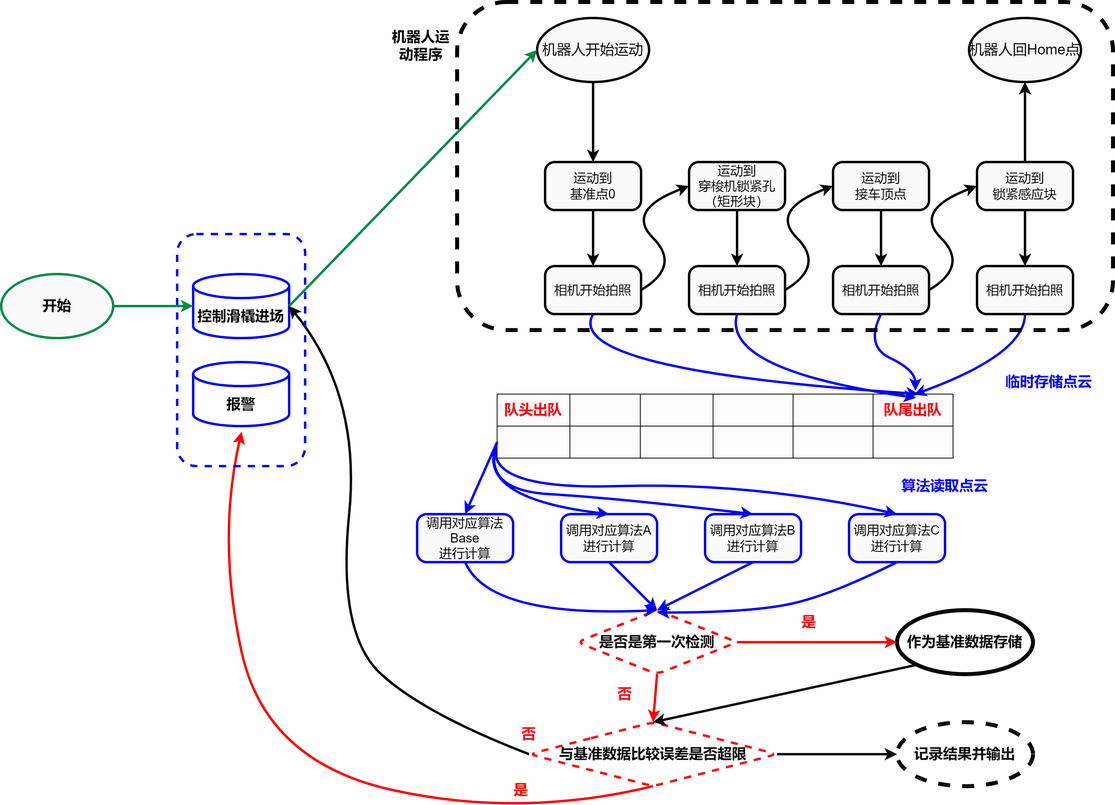
This is VScode/Plugin/Drawio/drawiofiles/HYDetectionProcess.drawio.png from MagicalBrain/My-note., a draw.io export, as it was before one commit. Source tidied: cells renumbered, new cells last; positions are measured from the earlier drawing's top-left corner, leaving out a move shared by most shapes.
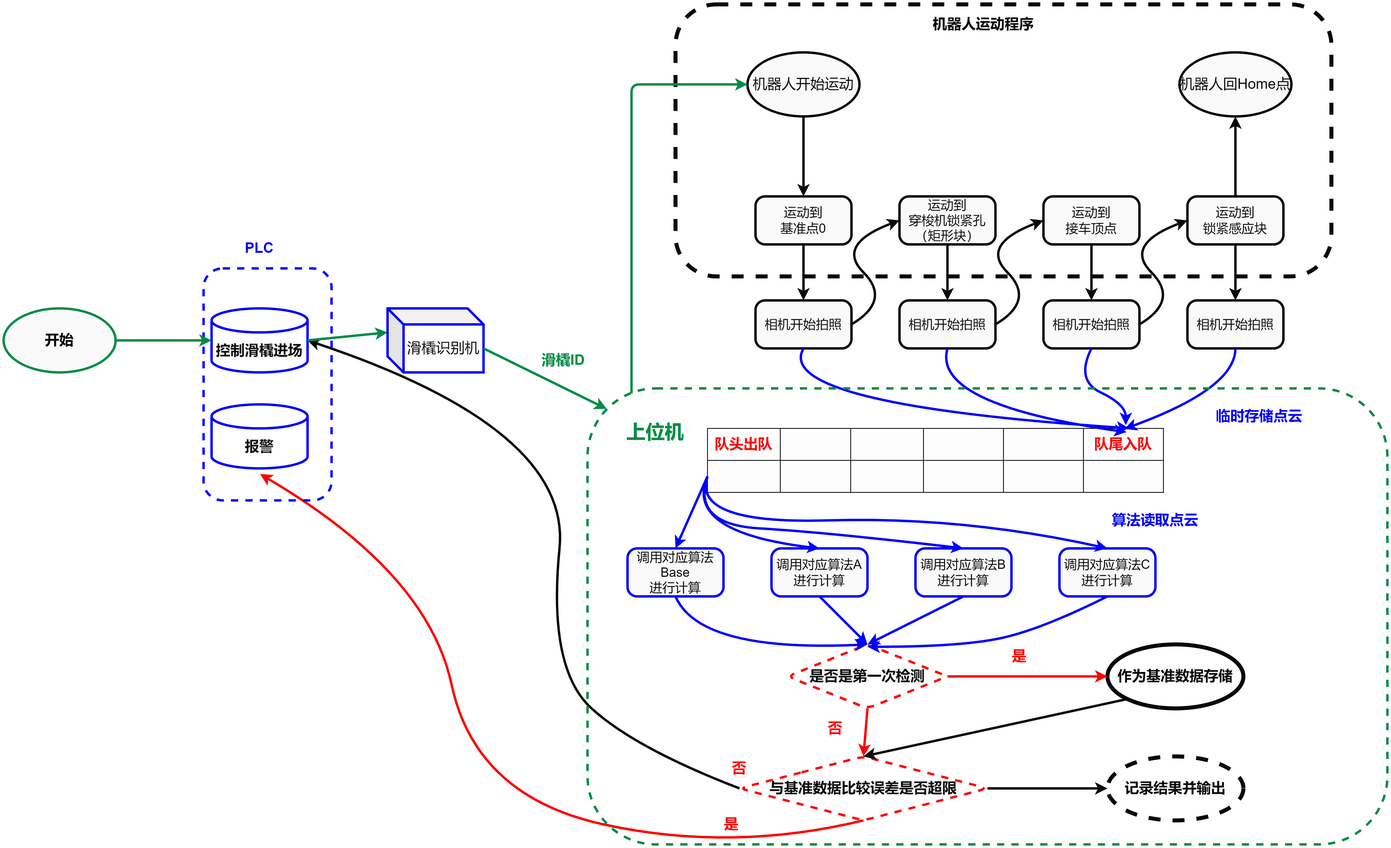
The same file after the commit.

Diff of the diagram source:
```diff
@@ -15,7 +15,7 @@
       <mxGeometry x="680" y="330" width="120" height="60" as="geometry" />
     </mxCell>
     <mxCell id="6" value="&lt;span style=&quot;font-size: 18px&quot;&gt;&lt;b&gt;开始&lt;/b&gt;&lt;/span&gt;" style="ellipse;whiteSpace=wrap;html=1;fillColor=#FAFAFA;fontColor=#030303;strokeWidth=3;strokeColor=#008C46;" parent="1" vertex="1">
-      <mxGeometry y="340" width="140" height="80" as="geometry" />
+      <mxGeometry x="-260" y="340" width="140" height="80" as="geometry" />
     </mxCell>
     <mxCell id="7" value="&lt;font style=&quot;font-size: 16px&quot;&gt;调用对应算法Base&lt;br&gt;进行计算&lt;/font&gt;" style="rounded=1;whiteSpace=wrap;html=1;fontSize=12;arcSize=20;fillColor=#FAFAFA;strokeColor=#0000F5;fontColor=#030303;strokeWidth=3;" parent="1" vertex="1">
       <mxGeometry x="520" y="640" width="120" height="60" as="geometry" />
@@ -138,7 +138,7 @@
     <mxCell id="38" style="shape=partialRectangle;html=1;whiteSpace=wrap;fillColor=none;top=0;left=0;bottom=0;right=0;overflow=hidden;" parent="36" vertex="1">
       <mxGeometry x="100" width="100" height="40" as="geometry" />
     </mxCell>
-    <mxCell id="39" value="&lt;font color=&quot;#ff0000&quot; size=&quot;1&quot;&gt;&lt;b style=&quot;font-size: 18px&quot;&gt;队尾出队&lt;/b&gt;&lt;/font&gt;" style="shape=partialRectangle;html=1;whiteSpace=wrap;fillColor=none;top=0;left=0;bottom=0;right=0;overflow=hidden;strokeColor=default;startSize=0;" parent="36" vertex="1">
+    <mxCell id="39" value="&lt;font color=&quot;#ff0000&quot; size=&quot;1&quot;&gt;&lt;b style=&quot;font-size: 18px&quot;&gt;队尾入队&lt;/b&gt;&lt;/font&gt;" style="shape=partialRectangle;html=1;whiteSpace=wrap;fillColor=none;top=0;left=0;bottom=0;right=0;overflow=hidden;strokeColor=default;startSize=0;" parent="36" vertex="1">
       <mxGeometry x="200" width="100" height="40" as="geometry" />
     </mxCell>
     <mxCell id="40" style="shape=partialRectangle;html=1;whiteSpace=wrap;fillColor=none;top=0;left=0;bottom=0;right=0;" parent="35" vertex="1">
@@ -209,10 +209,10 @@
       </mxGeometry>
     </mxCell>
     <mxCell id="52" style="rounded=1;whiteSpace=wrap;html=1;fontSize=18;fontColor=#FF0000;strokeColor=#080808;fillColor=none;strokeWidth=5;dashed=1;" parent="1" vertex="1">
-      <mxGeometry x="570" width="820" height="410" as="geometry" />
+      <mxGeometry x="580" y="-40" width="820" height="340" as="geometry" />
     </mxCell>
     <mxCell id="53" value="&lt;font color=&quot;#080808&quot;&gt;&lt;b&gt;机器人运动程序&lt;/b&gt;&lt;/font&gt;" style="text;html=1;strokeColor=none;fillColor=none;align=center;verticalAlign=middle;whiteSpace=wrap;rounded=0;dashed=1;fontSize=18;fontColor=#FF0000;" parent="1" vertex="1">
-      <mxGeometry x="480" y="40" width="90" height="30" as="geometry" />
+      <mxGeometry x="890" y="-30" width="150" height="30" as="geometry" />
     </mxCell>
     <mxCell id="54" value="&lt;b&gt;&lt;font color=&quot;#0000ff&quot;&gt;临时存储点云&lt;/font&gt;&lt;/b&gt;" style="text;html=1;strokeColor=none;fillColor=none;align=center;verticalAlign=middle;whiteSpace=wrap;rounded=0;dashed=1;fontSize=18;fontColor=#080808;" parent="1" vertex="1">
       <mxGeometry x="1250" y="460" width="120" height="30" as="geometry" />
@@ -267,10 +267,10 @@
       <mxGeometry relative="1" as="geometry" />
     </mxCell>
     <mxCell id="68" value="&lt;b&gt;控制滑橇进场&lt;/b&gt;" style="shape=cylinder3;whiteSpace=wrap;html=1;boundedLbl=1;backgroundOutline=1;size=15;rounded=1;fontSize=18;fontColor=#080808;strokeColor=#0000FF;strokeWidth=3;fillColor=none;" parent="1" vertex="1">
-      <mxGeometry x="240" y="340" width="120" height="80" as="geometry" />
+      <mxGeometry y="340" width="120" height="80" as="geometry" />
     </mxCell>
     <mxCell id="69" value="&lt;b&gt;报警&lt;/b&gt;" style="shape=cylinder3;whiteSpace=wrap;html=1;boundedLbl=1;backgroundOutline=1;size=15;rounded=1;fontSize=18;fontColor=#080808;strokeColor=#0000FF;strokeWidth=3;fillColor=none;" parent="1" vertex="1">
-      <mxGeometry x="240" y="450" width="120" height="80" as="geometry" />
+      <mxGeometry y="460" width="120" height="80" as="geometry" />
     </mxCell>
     <mxCell id="70" value="&lt;b&gt;&lt;font color=&quot;#080808&quot;&gt;记录结果并输出&lt;/font&gt;&lt;/b&gt;" style="ellipse;whiteSpace=wrap;html=1;rounded=1;fontSize=18;fontColor=#0000FF;strokeColor=#080808;strokeWidth=5;fillColor=none;dashed=1;" parent="1" vertex="1">
       <mxGeometry x="1120" y="900" width="170" height="80" as="geometry" />
@@ -303,13 +303,38 @@
       <mxGeometry x="630" y="900" width="60" height="30" as="geometry" />
     </mxCell>
     <mxCell id="76" style="rounded=1;whiteSpace=wrap;html=1;dashed=1;fontSize=18;fontColor=#080808;strokeColor=#0000FF;strokeWidth=3;fillColor=none;" parent="1" vertex="1">
-      <mxGeometry x="220" y="290" width="160" height="290" as="geometry" />
+      <mxGeometry x="-10" y="290" width="160" height="290" as="geometry" />
     </mxCell>
     <mxCell id="77" style="endArrow=classic;html=1;fontSize=18;fontColor=#080808;sourcePerimeterSpacing=5;targetPerimeterSpacing=5;strokeColor=#008C46;strokeWidth=3;exitX=1;exitY=0.5;exitDx=0;exitDy=0;entryX=0;entryY=0.5;entryDx=0;entryDy=0;entryPerimeter=0;" parent="1" edge="1" source="6" target="68">
       <mxGeometry relative="1" as="geometry" />
     </mxCell>
-    <mxCell id="78" style="endArrow=classic;html=1;fontSize=18;fontColor=#080808;sourcePerimeterSpacing=5;targetPerimeterSpacing=5;strokeColor=#008C46;strokeWidth=3;exitX=1;exitY=0.5;exitDx=0;exitDy=0;exitPerimeter=0;entryX=0;entryY=0.5;entryDx=0;entryDy=0;" parent="1" edge="1" source="68" target="3">
+    <mxCell id="78" style="endArrow=classic;html=1;fontSize=18;fontColor=#080808;sourcePerimeterSpacing=5;targetPerimeterSpacing=5;strokeColor=#008C46;strokeWidth=3;exitX=1;exitY=0.5;exitDx=0;exitDy=0;exitPerimeter=0;entryX=0;entryY=0;entryDx=0;entryDy=30;entryPerimeter=0;" parent="1" edge="1" source="68" target="79">
       <mxGeometry relative="1" as="geometry" />
     </mxCell>
+    <mxCell id="79" value="滑橇识别机" style="shape=cube;whiteSpace=wrap;html=1;boundedLbl=1;backgroundOutline=1;darkOpacity=0.05;darkOpacity2=0.1;rounded=1;fontSize=18;fontColor=#080808;strokeColor=#0000FF;strokeWidth=3;fillColor=none;" parent="1" vertex="1">
+      <mxGeometry x="220" y="340" width="120" height="80" as="geometry" />
+    </mxCell>
+    <mxCell id="80" style="endArrow=classic;html=1;fontSize=18;fontColor=#080808;sourcePerimeterSpacing=5;targetPerimeterSpacing=5;strokeColor=#008C46;strokeWidth=3;exitX=0.055;exitY=0.011;exitDx=0;exitDy=0;exitPerimeter=0;entryX=0;entryY=0.5;entryDx=0;entryDy=0;" parent="1" edge="1" source="84" target="3">
+      <mxGeometry relative="1" as="geometry">
+        <Array as="points">
+          <mxPoint x="525" y="60" />
+        </Array>
+      </mxGeometry>
+    </mxCell>
+    <mxCell id="81" style="endArrow=classic;html=1;fontSize=18;fontColor=#080808;sourcePerimeterSpacing=5;targetPerimeterSpacing=5;strokeColor=#008C46;strokeWidth=3;exitX=0;exitY=0;exitDx=120;exitDy=50;exitPerimeter=0;entryX=0.024;entryY=0.045;entryDx=0;entryDy=0;entryPerimeter=0;" parent="1" edge="1" source="79" target="84">
+      <mxGeometry relative="1" as="geometry" />
+    </mxCell>
+    <mxCell id="82" value="&lt;b&gt;&lt;font color=&quot;#008c46&quot;&gt;滑橇ID&lt;/font&gt;&lt;/b&gt;" style="text;html=1;strokeColor=none;fillColor=none;align=center;verticalAlign=middle;whiteSpace=wrap;rounded=0;fontSize=18;fontColor=#080808;" parent="1" vertex="1">
+      <mxGeometry x="410" y="390" width="60" height="30" as="geometry" />
+    </mxCell>
+    <mxCell id="83" value="&lt;b&gt;&lt;font color=&quot;#0000ff&quot;&gt;PLC&lt;/font&gt;&lt;/b&gt;" style="text;html=1;strokeColor=none;fillColor=none;align=center;verticalAlign=middle;whiteSpace=wrap;rounded=0;fontSize=18;fontColor=#008C46;" parent="1" vertex="1">
+      <mxGeometry x="30" y="250" width="60" height="30" as="geometry" />
+    </mxCell>
+    <mxCell id="84" style="rounded=1;whiteSpace=wrap;html=1;fontSize=18;fontColor=#0000FF;strokeColor=#008C46;strokeWidth=3;fillColor=none;dashed=1;" parent="1" vertex="1">
+      <mxGeometry x="470" y="440" width="1000" height="570" as="geometry" />
+    </mxCell>
+    <mxCell id="85" value="&lt;b&gt;&lt;font style=&quot;font-size: 24px&quot; color=&quot;#008c46&quot;&gt;上位机&lt;/font&gt;&lt;/b&gt;" style="text;html=1;strokeColor=none;fillColor=none;align=center;verticalAlign=middle;whiteSpace=wrap;rounded=0;dashed=1;fontSize=18;fontColor=#0000FF;" parent="1" vertex="1">
+      <mxGeometry x="510" y="480" width="90" height="30" as="geometry" />
+    </mxCell>
   </root>
 </mxGraphModel>
```
